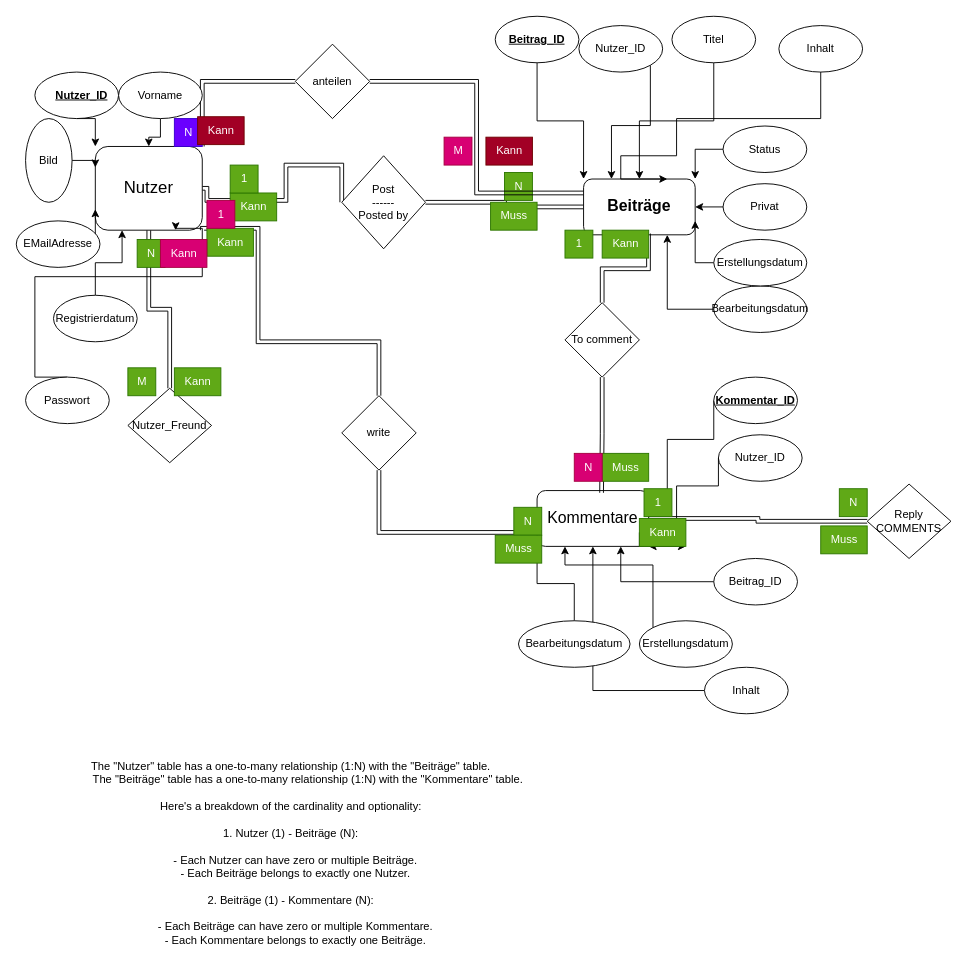
Above: classproject.drawio in Fabrice-G/test_education (draw.io), before the change. Source tidied: cells renumbered, new cells numbered last; positions are measured from the earlier drawing's top-left corner, leaving out a move shared by most shapes. Both pictures are drawn from the tidied source at 93%, with x=0, y=0 at pixel (16, 16).
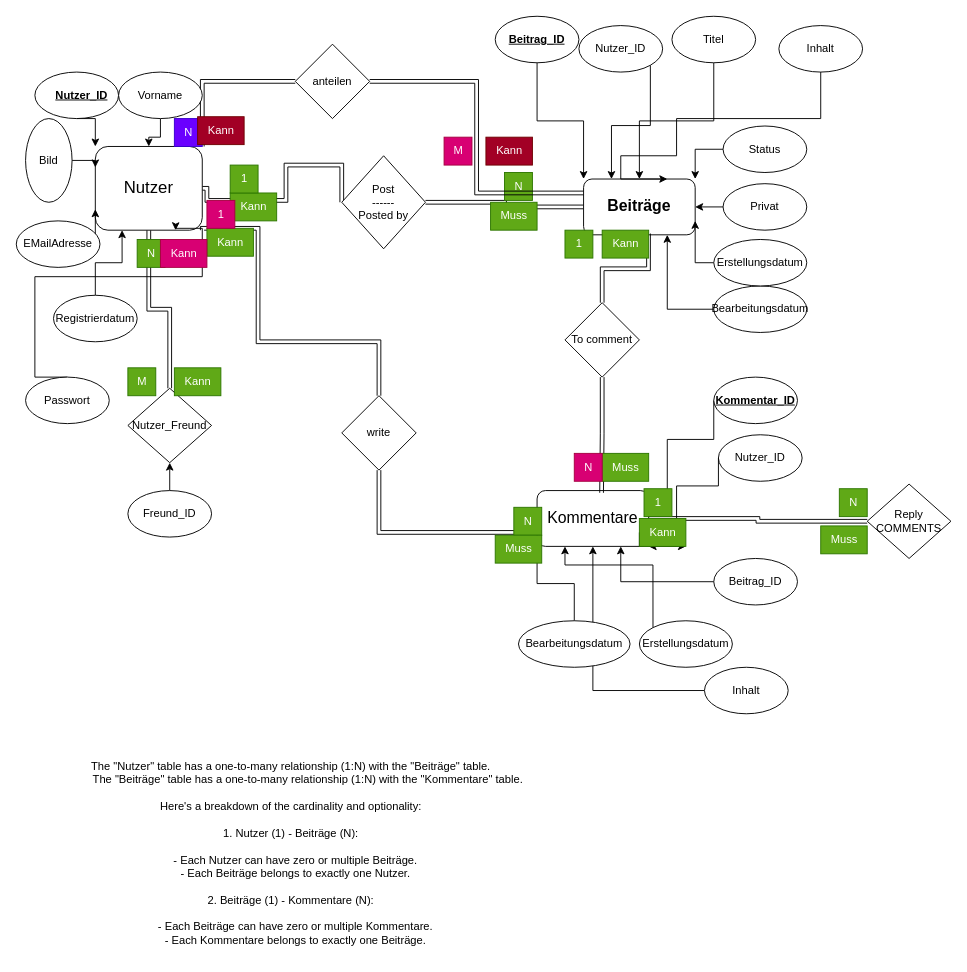
The same diagram, later.

The change refers to these unchanged cells:
```xml
<mxCell id="65" value="Nutzer_Freund" style="rhombus;whiteSpace=wrap;html=1;" parent="1" vertex="1">
  <mxGeometry x="120" y="400" width="90" height="80" as="geometry" />
</mxCell>
```

Change to the diagram source:
```diff
@@
+    <mxCell id="88" style="edgeStyle=orthogonalEdgeStyle;rounded=0;jettySize=auto;html=1;exitX=0.5;exitY=0;exitDx=0;exitDy=0;entryX=0.5;entryY=1;entryDx=0;entryDy=0;" parent="1" edge="1" source="89" target="65">
+      <mxGeometry relative="1" as="geometry" />
+    </mxCell>
+    <mxCell id="89" value="Freund_ID" style="ellipse;whiteSpace=wrap;html=1;" parent="1" vertex="1">
+      <mxGeometry x="120" y="510" width="90" height="50" as="geometry" />
+    </mxCell>
```
